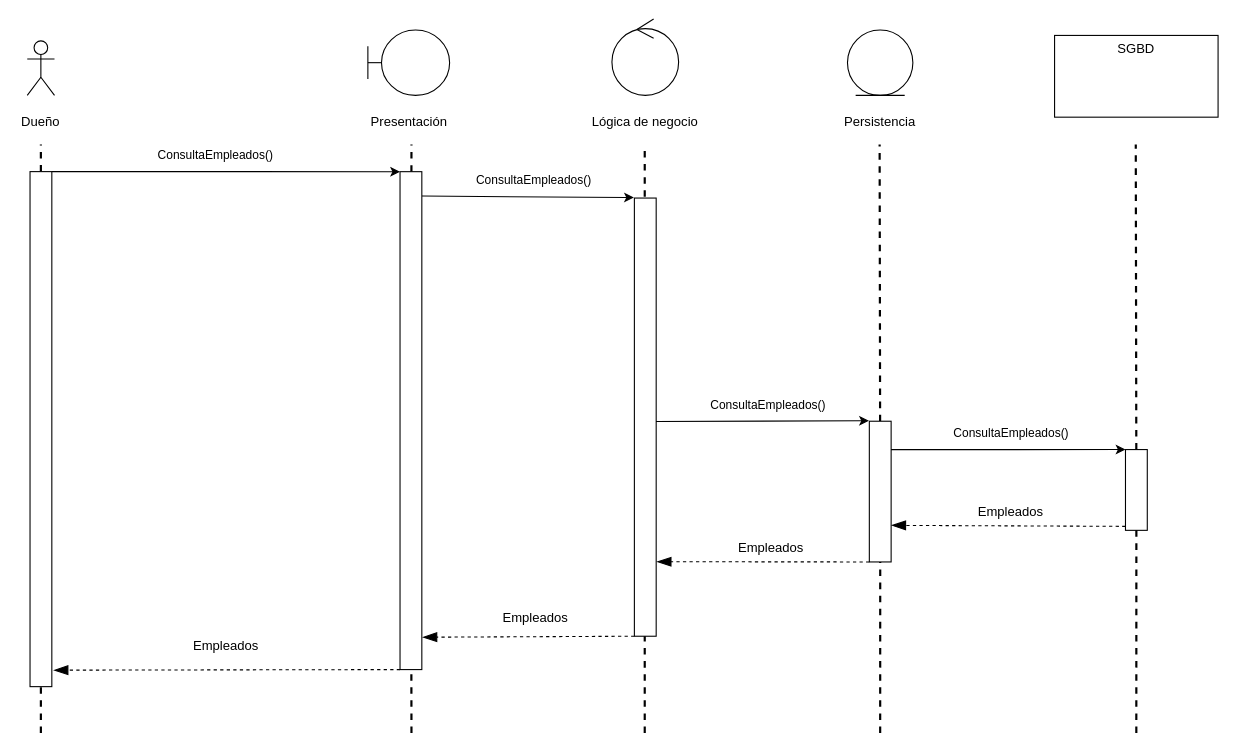
Before: diagramas/diagramas de secuencia/ConsultaEmpleados.drawio in felipescalera/Proyecto-IR, a draw.io diagram. Source tidied: cells renumbered, new cells numbered last; positions are measured from the earlier drawing's top-left corner, leaving out a move shared by most shapes. Both pictures are drawn from the tidied source at 109%, with x=0, y=0 at pixel (-217, 19).
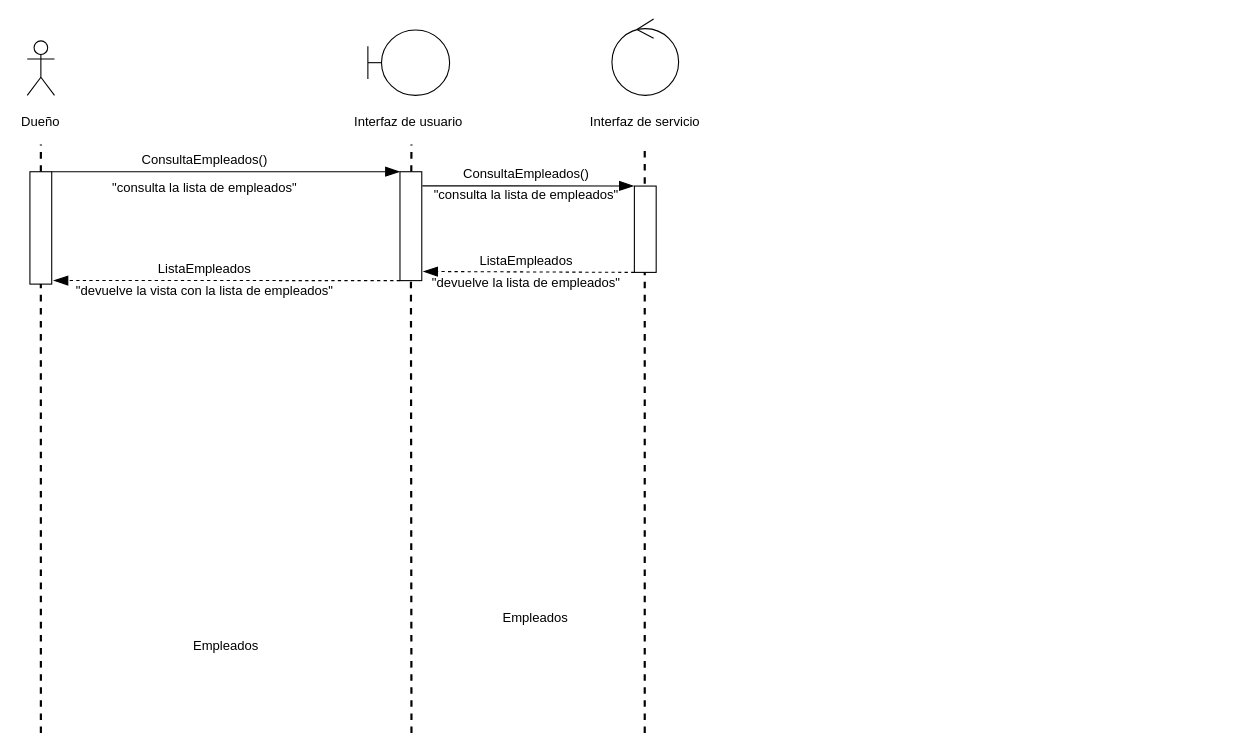
Above is the later version.

The change refers to these unchanged cells:
```xml
<mxCell id="8" style="group;" parent="1" vertex="1">
  <mxGeometry x="736" width="109" height="105" as="geometry" />
</mxCell>
```

What changed in the source:
```diff
@@
-    <mxCell id="2" style="group;" parent="1" vertex="1">
-      <mxGeometry x="1166" y="15" width="150" height="75" as="geometry" />
-    </mxCell>
-    <mxCell id="3" style="rounded=0;whiteSpace=wrap;html=1;fontColor=none;" parent="2" vertex="1">
-      <mxGeometry width="150" height="75" as="geometry" />
-    </mxCell>
-    <mxCell id="4" value="SGBD" style="text;html=1;strokeColor=none;fillColor=none;align=center;verticalAlign=middle;whiteSpace=wrap;rounded=0;fontColor=none;" parent="2" vertex="1">
-      <mxGeometry x="50" width="50" height="25" as="geometry" />
-    </mxCell>
-    <mxCell id="5" style="group;" parent="1" vertex="1">
-      <mxGeometry x="976" y="10" width="60" height="95" as="geometry" />
-    </mxCell>
-    <mxCell id="6" style="ellipse;shape=umlEntity;whiteSpace=wrap;html=1;" parent="5" vertex="1">
-      <mxGeometry width="60" height="60" as="geometry" />
-    </mxCell>
-    <mxCell id="7" value="Persistencia" style="text;html=1;strokeColor=none;fillColor=none;align=center;verticalAlign=middle;whiteSpace=wrap;rounded=0;fontColor=none;" parent="5" vertex="1">
-      <mxGeometry x="10" y="75" width="40" height="20" as="geometry" />
-    </mxCell>
@@
-    <mxCell id="10" value="Lógica de negocio" style="text;html=1;strokeColor=none;fillColor=none;align=center;verticalAlign=middle;whiteSpace=wrap;rounded=0;fontColor=none;" parent="8" vertex="1">
+    <mxCell id="10" value="Interfaz de servicio" style="text;html=1;strokeColor=none;fillColor=none;align=center;verticalAlign=middle;whiteSpace=wrap;rounded=0;fontColor=none;" parent="8" vertex="1">
       <mxGeometry y="85" width="109" height="20" as="geometry" />
     </mxCell>
     <mxCell id="11" style="group;" parent="1" vertex="1">
-      <mxGeometry x="536" y="10" width="75" height="95" as="geometry" />
+      <mxGeometry x="536" y="10" width="120" height="95" as="geometry" />
     </mxCell>
@@
-    <mxCell id="13" value="Presentación" style="text;html=1;strokeColor=none;fillColor=none;align=center;verticalAlign=middle;whiteSpace=wrap;rounded=0;fontColor=none;" parent="11" vertex="1">
-      <mxGeometry x="17.5" y="75" width="40" height="20" as="geometry" />
+    <mxCell id="13" value="Interfaz de usuario" style="text;html=1;strokeColor=none;fillColor=none;align=center;verticalAlign=middle;whiteSpace=wrap;rounded=0;fontColor=none;" parent="11" vertex="1">
+      <mxGeometry x="-13.8" y="75" width="102.5" height="20" as="geometry" />
     </mxCell>
@@
-    <mxCell id="16" style="endArrow=none;dashed=1;html=1;fontColor=none;strokeWidth=2;" parent="1" edge="1" source="27">
-      <mxGeometry relative="1" as="geometry">
-        <mxPoint x="1005.5" y="115" as="targetPoint" />
-      </mxGeometry>
-    </mxCell>
-    <mxCell id="17" style="endArrow=none;dashed=1;html=1;fontColor=none;strokeWidth=2;" parent="1" edge="1" source="29">
-      <mxGeometry relative="1" as="geometry">
-        <mxPoint x="1240.5" y="115" as="targetPoint" />
-      </mxGeometry>
-    </mxCell>
@@
     <mxCell id="22" style="rounded=0;whiteSpace=wrap;html=1;fontColor=none;rotation=90;" parent="1" vertex="1">
-      <mxGeometry x="-0.2" y="366.2" width="472.5" height="20" as="geometry" />
+      <mxGeometry x="184.4" y="181.6" width="103.1" height="20" as="geometry" />
     </mxCell>
@@
     <mxCell id="24" style="rounded=0;whiteSpace=wrap;html=1;fontColor=none;rotation=90;" parent="1" vertex="1">
-      <mxGeometry x="347.1" y="358.4" width="456.8" height="20" as="geometry" />
+      <mxGeometry x="525.5" y="180" width="99.9" height="20" as="geometry" />
     </mxCell>
@@
     <mxCell id="26" style="rounded=0;whiteSpace=wrap;html=1;fontColor=none;rotation=90;" parent="1" vertex="1">
-      <mxGeometry x="589.5" y="355.2" width="402" height="20" as="geometry" />
+      <mxGeometry x="750.9" y="182.8" width="79.2" height="20" as="geometry" />
     </mxCell>
-    <mxCell id="27" style="rounded=0;whiteSpace=wrap;html=1;fontColor=none;rotation=90;" parent="1" vertex="1">
-      <mxGeometry x="941.5" y="423.5" width="129.1" height="20" as="geometry" />
-    </mxCell>
-    <mxCell id="28" style="endArrow=none;dashed=1;html=1;fontColor=none;strokeWidth=2;" parent="1" edge="1" target="27">
-      <mxGeometry relative="1" as="geometry">
-        <mxPoint x="1006" y="655" as="sourcePoint" />
-      </mxGeometry>
-    </mxCell>
-    <mxCell id="29" style="rounded=0;whiteSpace=wrap;html=1;fontColor=none;rotation=90;" parent="1" vertex="1">
-      <mxGeometry x="1204" y="422" width="74.1" height="20" as="geometry" />
-    </mxCell>
-    <mxCell id="30" style="endArrow=none;dashed=1;html=1;fontColor=none;strokeWidth=2;" parent="1" edge="1" target="29">
-      <mxGeometry relative="1" as="geometry">
-        <mxPoint x="1241" y="655" as="sourcePoint" />
-      </mxGeometry>
-    </mxCell>
-    <mxCell id="31" style="endArrow=classic;html=1;exitX=0;exitY=0;exitDx=0;exitDy=0;entryX=0;entryY=1;entryDx=0;entryDy=0;" parent="1" edge="1" source="22" target="24">
+    <mxCell id="31" style="endArrow=blockThin;html=1;exitX=0;exitY=0;exitDx=0;exitDy=0;entryX=0;entryY=1;entryDx=0;entryDy=0;endFill=1;strokeWidth=1;endSize=11;" parent="1" edge="1" source="22" target="24">
       <mxGeometry relative="1" as="geometry" />
     </mxCell>
-    <mxCell id="32" value="ConsultaEmpleados()" style="edgeLabel;html=1;align=center;verticalAlign=middle;" parent="31" vertex="1">
-      <mxGeometry x="-0.24" y="3" relative="1" as="geometry">
-        <mxPoint x="28" y="-12" as="offset" />
-      </mxGeometry>
-    </mxCell>
-    <mxCell id="33" style="endArrow=classic;html=1;exitX=0.049;exitY=-0.009;exitDx=0;exitDy=0;entryX=-0.001;entryY=1.023;entryDx=0;entryDy=0;entryPerimeter=0;exitPerimeter=0;" parent="1" edge="1" source="24" target="26">
-      <mxGeometry relative="1" as="geometry" />
+    <mxCell id="33" style="endArrow=blockThin;html=1;entryX=-0.001;entryY=1.023;entryDx=0;entryDy=0;entryPerimeter=0;endFill=1;endSize=11;" parent="1" edge="1" target="26">
+      <mxGeometry relative="1" as="geometry">
+        <mxPoint x="586" y="153" as="sourcePoint" />
+      </mxGeometry>
     </mxCell>
-    <mxCell id="34" value="ConsultaEmpleados()" style="edgeLabel;html=1;align=center;verticalAlign=middle;" parent="33" vertex="1">
-      <mxGeometry x="-0.24" y="3" relative="1" as="geometry">
-        <mxPoint x="28" y="-12" as="offset" />
-      </mxGeometry>
-    </mxCell>
-    <mxCell id="35" style="endArrow=classic;html=1;exitX=0.51;exitY=0.009;exitDx=0;exitDy=0;exitPerimeter=0;entryX=-0.003;entryY=1.019;entryDx=0;entryDy=0;entryPerimeter=0;" parent="1" edge="1" source="26" target="27">
-      <mxGeometry relative="1" as="geometry" />
-    </mxCell>
-    <mxCell id="36" value="ConsultaEmpleados()" style="edgeLabel;html=1;align=center;verticalAlign=middle;" parent="35" vertex="1">
-      <mxGeometry x="-0.24" y="3" relative="1" as="geometry">
-        <mxPoint x="28" y="-12" as="offset" />
-      </mxGeometry>
-    </mxCell>
-    <mxCell id="37" style="endArrow=classic;html=1;exitX=0.049;exitY=-0.009;exitDx=0;exitDy=0;entryX=0;entryY=1;entryDx=0;entryDy=0;exitPerimeter=0;" parent="1" edge="1" target="29">
-      <mxGeometry relative="1" as="geometry">
-        <mxPoint x="1016" y="395" as="sourcePoint" />
-      </mxGeometry>
-    </mxCell>
-    <mxCell id="38" value="ConsultaEmpleados()" style="edgeLabel;html=1;align=center;verticalAlign=middle;" parent="37" vertex="1">
-      <mxGeometry x="-0.24" y="3" relative="1" as="geometry">
-        <mxPoint x="28" y="-12" as="offset" />
-      </mxGeometry>
-    </mxCell>
-    <mxCell id="39" value="Empleados" style="text;html=1;strokeColor=none;fillColor=none;align=center;verticalAlign=middle;whiteSpace=wrap;rounded=0;" parent="1" vertex="1">
-      <mxGeometry x="1106" y="442" width="40" height="20" as="geometry" />
-    </mxCell>
-    <mxCell id="40" style="endArrow=blockThin;html=1;endFill=1;dashed=1;endSize=11;entryX=0.854;entryY=-0.011;entryDx=0;entryDy=0;entryPerimeter=0;" parent="1" edge="1">
-      <mxGeometry relative="1" as="geometry">
-        <mxPoint x="1231" y="465.4" as="sourcePoint" />
-        <mxPoint x="1016.2" y="464.5" as="targetPoint" />
-      </mxGeometry>
-    </mxCell>
-    <mxCell id="41" value="Empleados" style="text;html=1;strokeColor=none;fillColor=none;align=center;verticalAlign=middle;whiteSpace=wrap;rounded=0;" parent="1" vertex="1">
-      <mxGeometry x="886" y="475" width="40" height="20" as="geometry" />
-    </mxCell>
-    <mxCell id="42" style="endArrow=blockThin;html=1;endFill=1;dashed=1;endSize=11;entryX=0.83;entryY=-0.023;entryDx=0;entryDy=0;entryPerimeter=0;exitX=1;exitY=1;exitDx=0;exitDy=0;" parent="1" edge="1" source="27" target="26">
-      <mxGeometry relative="1" as="geometry" />
-    </mxCell>
@@
-    <mxCell id="44" style="endArrow=blockThin;html=1;endFill=1;dashed=1;endSize=11;exitX=1;exitY=1;exitDx=0;exitDy=0;entryX=0.935;entryY=-0.029;entryDx=0;entryDy=0;entryPerimeter=0;" parent="1" edge="1" source="26" target="24">
+    <mxCell id="44" style="endArrow=blockThin;html=1;endFill=1;dashed=1;endSize=11;exitX=1;exitY=1;exitDx=0;exitDy=0;entryX=0.916;entryY=-0.063;entryDx=0;entryDy=0;entryPerimeter=0;" parent="1" edge="1" source="26" target="24">
       <mxGeometry relative="1" as="geometry" />
     </mxCell>
@@
+    <mxCell id="47" value="&quot;consulta la lista de empleados&quot;" style="text;html=1;align=center;verticalAlign=middle;" parent="1" vertex="1">
+      <mxGeometry x="296" y="145" width="180" height="20" as="geometry" />
+    </mxCell>
+    <mxCell id="48" value="ListaEmpleados" style="text;html=1;align=center;verticalAlign=middle;" parent="1" vertex="1">
+      <mxGeometry x="336" y="219" width="100" height="20" as="geometry" />
+    </mxCell>
+    <mxCell id="49" value="ConsultaEmpleados()" style="text;html=1;align=center;verticalAlign=middle;" parent="1" vertex="1">
+      <mxGeometry x="321" y="119" width="130" height="20" as="geometry" />
+    </mxCell>
+    <mxCell id="50" value="ConsultaEmpleados()" style="text;html=1;align=center;verticalAlign=middle;" parent="1" vertex="1">
+      <mxGeometry x="616" y="132" width="130" height="20" as="geometry" />
+    </mxCell>
+    <mxCell id="51" value="&quot;consulta la lista de empleados&quot;" style="text;html=1;align=center;verticalAlign=middle;" parent="1" vertex="1">
+      <mxGeometry x="591" y="152" width="180" height="20" as="geometry" />
+    </mxCell>
+    <mxCell id="52" value="ListaEmpleados" style="text;html=1;align=center;verticalAlign=middle;" parent="1" vertex="1">
+      <mxGeometry x="631" y="212" width="100" height="20" as="geometry" />
+    </mxCell>
+    <mxCell id="53" value="&quot;devuelve la lista de empleados&quot;" style="text;html=1;align=center;verticalAlign=middle;" parent="1" vertex="1">
+      <mxGeometry x="586" y="232" width="190" height="20" as="geometry" />
+    </mxCell>
+    <mxCell id="54" value="&quot;devuelve la vista con la lista de empleados&quot;" style="text;html=1;align=center;verticalAlign=middle;" parent="1" vertex="1">
+      <mxGeometry x="261" y="240" width="250" height="20" as="geometry" />
+    </mxCell>
```
